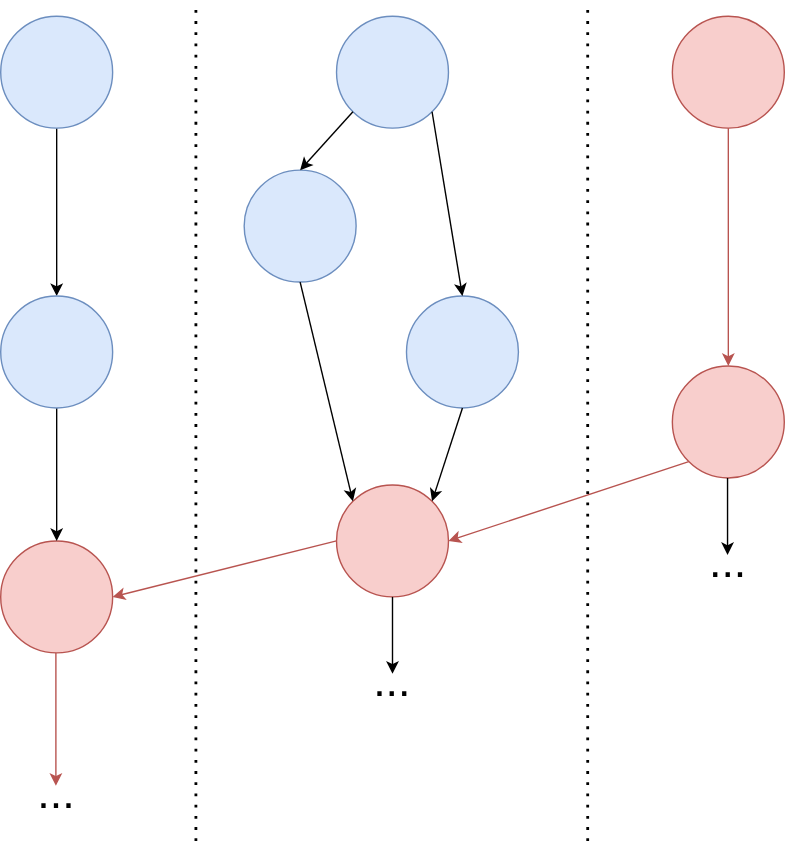
The draw.io diagram segments/initial_segment.svg in jmsargent/dvfs_thesis, before a commit. Source tidied: cells renumbered, new cells last; positions are measured from the earlier drawing's top-left corner, leaving out a move shared by most shapes.
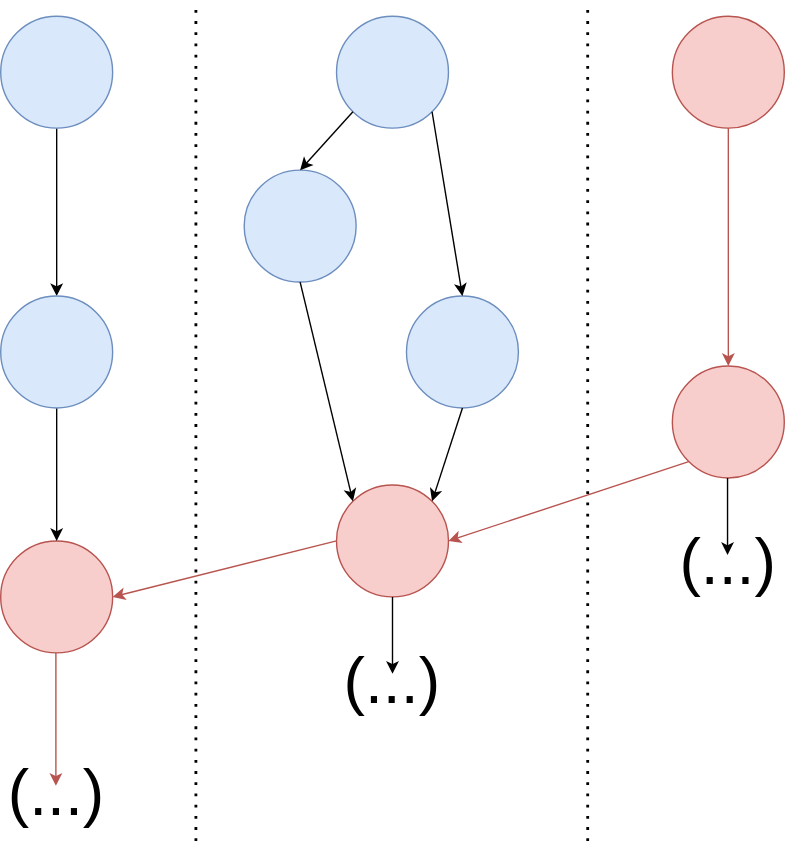
After the change.

Diff of the diagram source:
```diff
@@ -59,7 +59,7 @@
     <mxCell id="18" style="endArrow=classic;html=1;rounded=0;entryX=0.5;entryY=0;entryDx=0;entryDy=0;fontSize=32;exitX=0.5;exitY=1;exitDx=0;exitDy=0;" parent="1" edge="1" source="27" target="12">
       <mxGeometry relative="1" as="geometry" />
     </mxCell>
-    <mxCell id="19" value="..." style="text;html=1;whiteSpace=wrap;strokeColor=none;fillColor=none;align=center;verticalAlign=middle;rounded=0;fontSize=32;" parent="1" vertex="1">
+    <mxCell id="19" value="(...)" style="text;html=1;whiteSpace=wrap;strokeColor=none;fillColor=none;align=center;verticalAlign=middle;rounded=0;fontSize=46;" parent="1" vertex="1">
       <mxGeometry x="10" y="550" width="60" height="30" as="geometry" />
     </mxCell>
     <mxCell id="20" style="endArrow=classic;html=1;rounded=0;exitX=0.5;exitY=1;exitDx=0;exitDy=0;entryX=0.5;entryY=0;entryDx=0;entryDy=0;fontSize=32;fillColor=#f8cecc;strokeColor=#b85450;" parent="1" edge="1">
@@ -73,7 +73,7 @@
         <mxPoint x="280" y="480" as="targetPoint" />
       </mxGeometry>
     </mxCell>
-    <mxCell id="22" value="..." style="text;html=1;whiteSpace=wrap;strokeColor=none;fillColor=none;align=center;verticalAlign=middle;rounded=0;fontSize=32;" parent="1" vertex="1">
+    <mxCell id="22" value="(...)" style="text;html=1;whiteSpace=wrap;strokeColor=none;fillColor=none;align=center;verticalAlign=middle;rounded=0;fontSize=46;" parent="1" vertex="1">
       <mxGeometry x="250" y="470" width="60" height="30" as="geometry" />
     </mxCell>
     <mxCell id="23" style="endArrow=classic;html=1;rounded=0;exitX=0.5;exitY=1;exitDx=0;exitDy=0;" parent="1" edge="1">
@@ -82,7 +82,7 @@
         <mxPoint x="519.4" y="395" as="targetPoint" />
       </mxGeometry>
     </mxCell>
-    <mxCell id="24" value="..." style="text;html=1;whiteSpace=wrap;strokeColor=none;fillColor=none;align=center;verticalAlign=middle;rounded=0;fontSize=32;" parent="1" vertex="1">
+    <mxCell id="24" value="(...)" style="text;html=1;whiteSpace=wrap;strokeColor=none;fillColor=none;align=center;verticalAlign=middle;rounded=0;fontSize=46;" parent="1" vertex="1">
       <mxGeometry x="490" y="385" width="60" height="30" as="geometry" />
     </mxCell>
     <mxCell id="25" style="edgeStyle=orthogonalEdgeStyle;rounded=0;jettySize=auto;html=1;entryX=0.5;entryY=0;entryDx=0;entryDy=0;" parent="1" edge="1" source="26" target="27">
```
